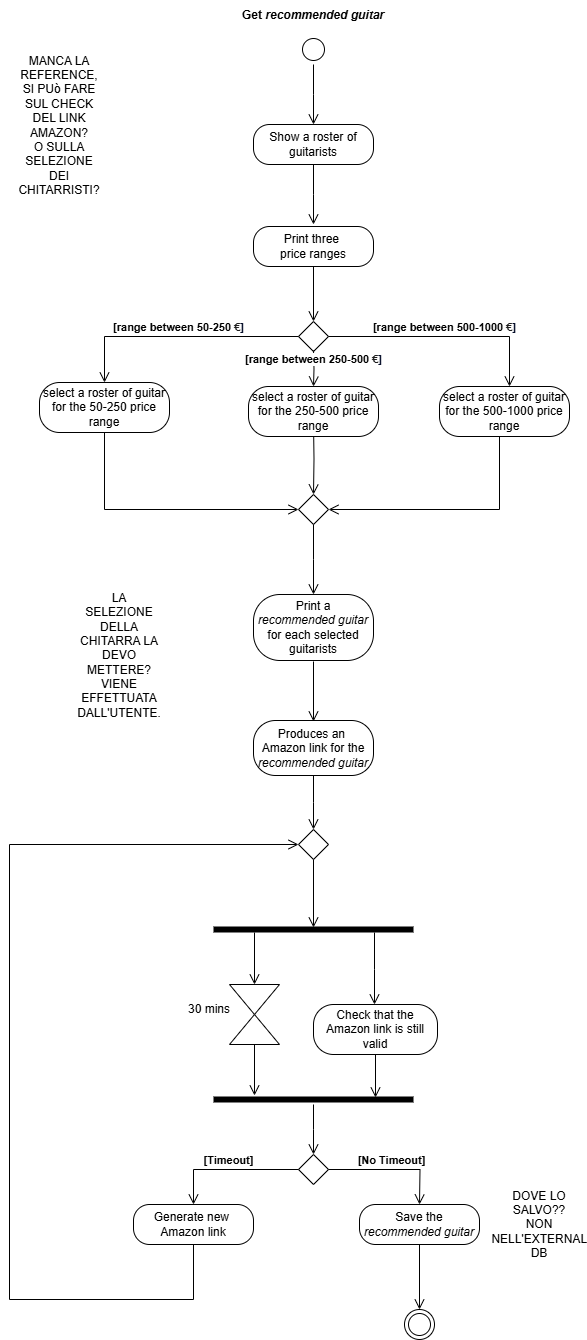
Earlier version of the draw.io export ActivityDiagramM.drawio.png (TizianoLilli/ISPW-Project). Source tidied: cells renumbered, new cells last; positions are measured from the earlier drawing's top-left corner, leaving out a move shared by most shapes.
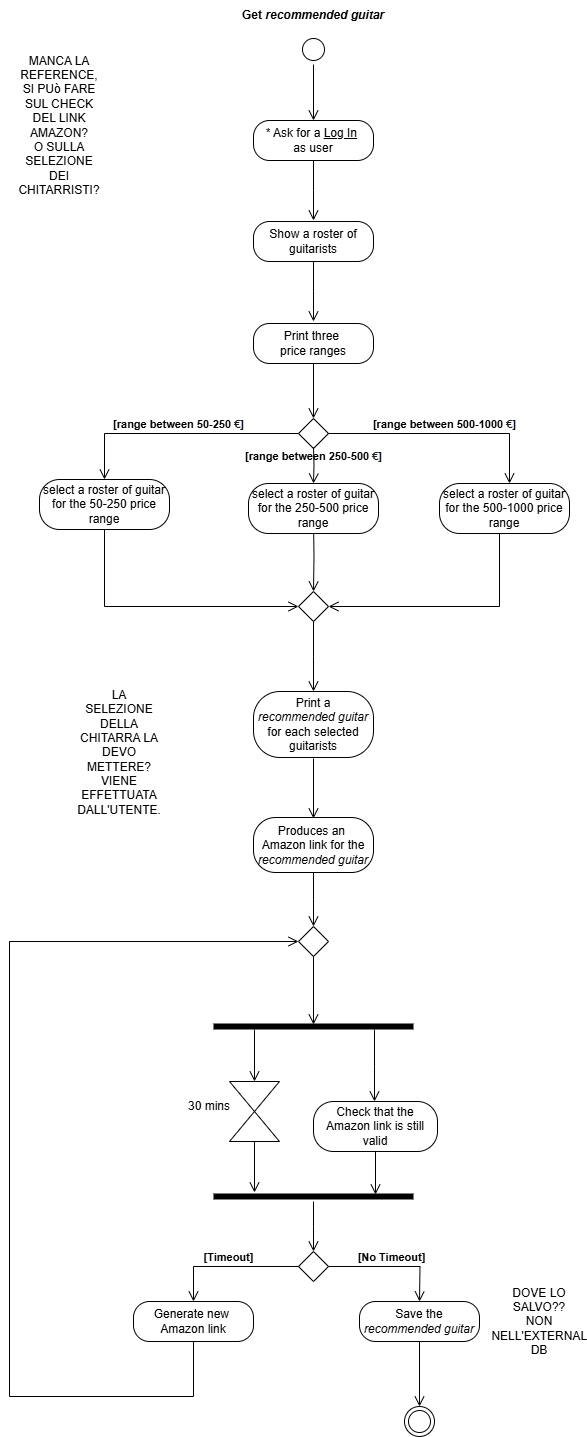
Above is the later version.

What changed in the source:
```diff
@@ -28,7 +28,7 @@
         </Array>
       </mxGeometry>
     </mxCell>
-    <mxCell id="7" value="&lt;b&gt;[range between 250-500&amp;nbsp;&lt;span style=&quot;text-align: left; text-wrap-mode: wrap; color: rgb(31, 31, 31);&quot;&gt;€&lt;/span&gt;&lt;span style=&quot;text-align: left; background-color: initial;&quot;&gt;&lt;font style=&quot;&quot; face=&quot;Helvetica&quot;&gt;&lt;font style=&quot;&quot; color=&quot;#040c28&quot;&gt;&lt;span style=&quot;text-wrap-mode: wrap;&quot;&gt;]&lt;/span&gt;&lt;/font&gt;&lt;/font&gt;&lt;/span&gt;&lt;/b&gt;" style="edgeStyle=orthogonalEdgeStyle;html=1;verticalAlign=bottom;endArrow=open;endSize=8;rounded=0;exitX=0.5;exitY=1;exitDx=0;exitDy=0;labelBackgroundColor=default;fontColor=default;entryX=0.5;entryY=0;entryDx=0;entryDy=0;" parent="1" edge="1" target="12">
+    <mxCell id="7" value="&lt;b&gt;[range between 250-500&amp;nbsp;&lt;span style=&quot;text-align: left; text-wrap-mode: wrap; color: rgb(31, 31, 31);&quot;&gt;€&lt;/span&gt;&lt;span style=&quot;text-align: left; background-color: initial;&quot;&gt;&lt;font style=&quot;&quot; face=&quot;Helvetica&quot;&gt;&lt;font style=&quot;&quot; color=&quot;#040c28&quot;&gt;&lt;span style=&quot;text-wrap-mode: wrap;&quot;&gt;]&lt;/span&gt;&lt;/font&gt;&lt;/font&gt;&lt;/span&gt;&lt;/b&gt;" style="edgeStyle=orthogonalEdgeStyle;html=1;verticalAlign=bottom;endArrow=open;endSize=8;rounded=0;exitX=0.5;exitY=1;exitDx=0;exitDy=0;labelBackgroundColor=none;fontColor=default;entryX=0.5;entryY=0;entryDx=0;entryDy=0;" parent="1" edge="1" target="12">
       <mxGeometry relative="1" as="geometry">
         <mxPoint x="304" y="350" as="sourcePoint" />
       </mxGeometry>
@@ -167,24 +167,30 @@
       <mxGeometry relative="1" as="geometry" />
     </mxCell>
     <mxCell id="43" style="ellipse;html=1;shape=startState;labelBackgroundColor=none;" parent="1" vertex="1">
-      <mxGeometry x="289" y="34" width="30" height="30" as="geometry" />
+      <mxGeometry x="289" y="-63" width="30" height="30" as="geometry" />
     </mxCell>
-    <mxCell id="44" style="edgeStyle=orthogonalEdgeStyle;html=1;verticalAlign=bottom;endArrow=open;endSize=8;rounded=0;labelBackgroundColor=none;fontColor=default;" parent="1" edge="1" source="43">
-      <mxGeometry relative="1" as="geometry">
-        <mxPoint x="304" y="124" as="targetPoint" />
-      </mxGeometry>
+    <mxCell id="44" style="edgeStyle=orthogonalEdgeStyle;html=1;verticalAlign=bottom;endArrow=open;endSize=8;rounded=0;labelBackgroundColor=none;fontColor=default;entryX=0.5;entryY=0;entryDx=0;entryDy=0;" parent="1" edge="1" source="43" target="49">
+      <mxGeometry relative="1" as="geometry" />
     </mxCell>
     <mxCell id="45" value="&lt;b&gt;Get &lt;i&gt;recommended guitar&lt;/i&gt;&lt;/b&gt;" style="text;html=1;align=center;verticalAlign=middle;whiteSpace=wrap;rounded=0;labelBackgroundColor=none;" parent="1" vertex="1">
-      <mxGeometry x="214" width="180" height="30" as="geometry" />
+      <mxGeometry x="214" y="-97" width="180" height="30" as="geometry" />
     </mxCell>
-    <mxCell id="46" value="DOVE LO SALVO??&lt;div&gt;NON NELL'EXTERNAL DB&lt;/div&gt;" style="text;html=1;align=center;verticalAlign=middle;whiteSpace=wrap;rounded=0;" parent="1" vertex="1">
+    <mxCell id="46" value="DOVE LO SALVO??&lt;div&gt;NON NELL'EXTERNAL DB&lt;/div&gt;" style="text;html=1;align=center;verticalAlign=middle;whiteSpace=wrap;rounded=0;labelBackgroundColor=none;" parent="1" vertex="1">
       <mxGeometry x="500" y="1209" width="60" height="30" as="geometry" />
     </mxCell>
-    <mxCell id="47" value="MANCA LA REFERENCE, SI PUò FARE SUL CHECK DEL LINK AMAZON?&lt;div&gt;O SULLA SELEZIONE DEI CHITARRISTI?&lt;/div&gt;" style="text;html=1;align=center;verticalAlign=middle;whiteSpace=wrap;rounded=0;" parent="1" vertex="1">
-      <mxGeometry x="20" y="110" width="60" height="30" as="geometry" />
+    <mxCell id="47" value="MANCA LA REFERENCE, SI PUò FARE SUL CHECK DEL LINK AMAZON?&lt;div&gt;O SULLA SELEZIONE DEI CHITARRISTI?&lt;/div&gt;" style="text;html=1;align=center;verticalAlign=middle;whiteSpace=wrap;rounded=0;labelBackgroundColor=none;" parent="1" vertex="1">
+      <mxGeometry x="20" y="13" width="60" height="30" as="geometry" />
     </mxCell>
-    <mxCell id="48" value="LA SELEZIONE DELLA CHITARRA LA DEVO METTERE? VIENE EFFETTUATA DALL'UTENTE." style="text;html=1;align=center;verticalAlign=middle;whiteSpace=wrap;rounded=0;" parent="1" vertex="1">
+    <mxCell id="48" value="LA SELEZIONE DELLA CHITARRA LA DEVO METTERE? VIENE EFFETTUATA DALL'UTENTE." style="text;html=1;align=center;verticalAlign=middle;whiteSpace=wrap;rounded=0;labelBackgroundColor=none;" parent="1" vertex="1">
       <mxGeometry x="80" y="640" width="60" height="30" as="geometry" />
     </mxCell>
+    <mxCell id="49" value="* Ask for a &lt;u&gt;Log In&lt;/u&gt;&amp;nbsp;&lt;div&gt;as user&lt;/div&gt;" style="rounded=1;whiteSpace=wrap;html=1;arcSize=40;labelBackgroundColor=none;" parent="1" vertex="1">
+      <mxGeometry x="244" y="23" width="120" height="40" as="geometry" />
+    </mxCell>
+    <mxCell id="50" style="edgeStyle=orthogonalEdgeStyle;html=1;verticalAlign=bottom;endArrow=open;endSize=8;rounded=0;labelBackgroundColor=none;fontColor=default;" parent="1" edge="1" source="49">
+      <mxGeometry relative="1" as="geometry">
+        <mxPoint x="304" y="123" as="targetPoint" />
+      </mxGeometry>
+    </mxCell>
   </root>
 </mxGraphModel>
```
